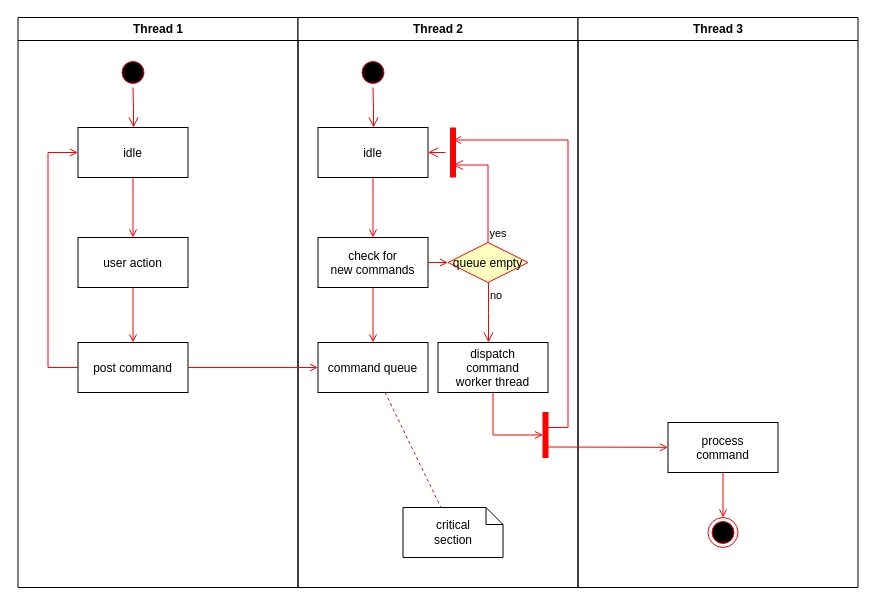
anhvanthe/01_my_drawio keeps this draw.io diagram as Untitled Diagram.drawio. Above is the earlier version. Source tidied: cells renumbered, new cells numbered last; positions are measured from the earlier drawing's top-left corner, leaving out a move shared by most shapes. Both pictures are drawn from the tidied source at 100%, with x=0, y=0 at pixel (17, 17).
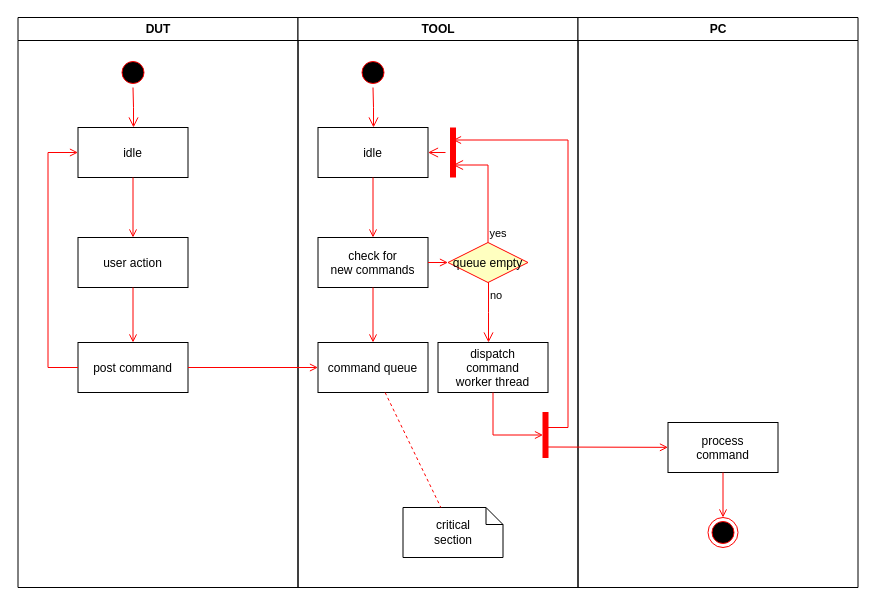
The same page after the edit.

Diff of the diagram source:
```diff
@@
-    <mxCell id="2" value="Thread 1" style="swimlane;whiteSpace=wrap;" parent="1" vertex="1">
+    <mxCell id="2" value="DUT" style="swimlane;whiteSpace=wrap;" parent="1" vertex="1">
       <mxGeometry x="0.5" width="280" height="570" as="geometry" />
     </mxCell>
@@
-    <mxCell id="11" value="Thread 2" style="swimlane;whiteSpace=wrap;" parent="1" vertex="1">
+    <mxCell id="11" value="TOOL" style="swimlane;whiteSpace=wrap;" parent="1" vertex="1">
       <mxGeometry x="280.5" width="280" height="570" as="geometry" />
     </mxCell>
@@
-    <mxCell id="30" value="Thread 3" style="swimlane;whiteSpace=wrap;" parent="1" vertex="1">
+    <mxCell id="30" value="PC" style="swimlane;whiteSpace=wrap;" parent="1" vertex="1">
       <mxGeometry x="560.5" width="280" height="570" as="geometry" />
     </mxCell>
```
